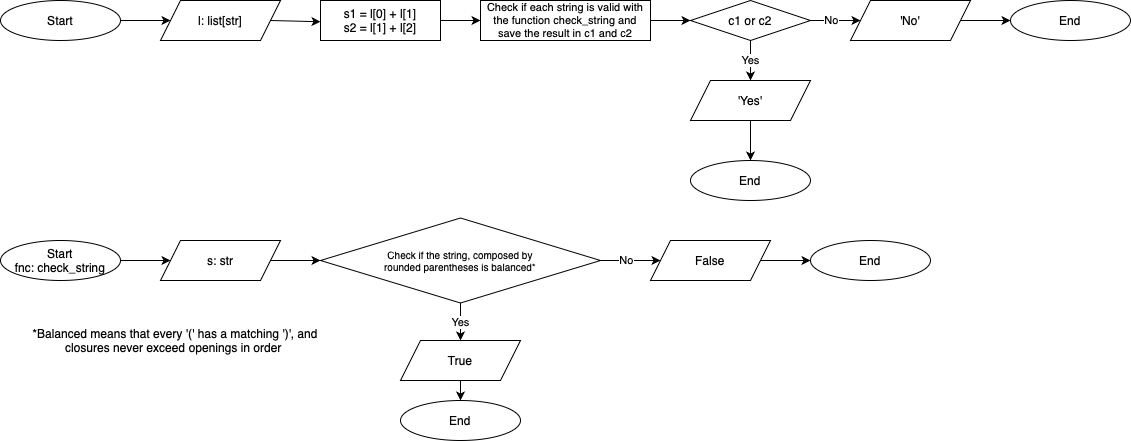
Above: data/human_eval/p119/fc/l2.drawio.png in carlodenardin/svlm (draw.io), before the change. Source tidied: cells renumbered, new cells last; positions are measured from the earlier drawing's top-left corner, leaving out a move shared by most shapes.
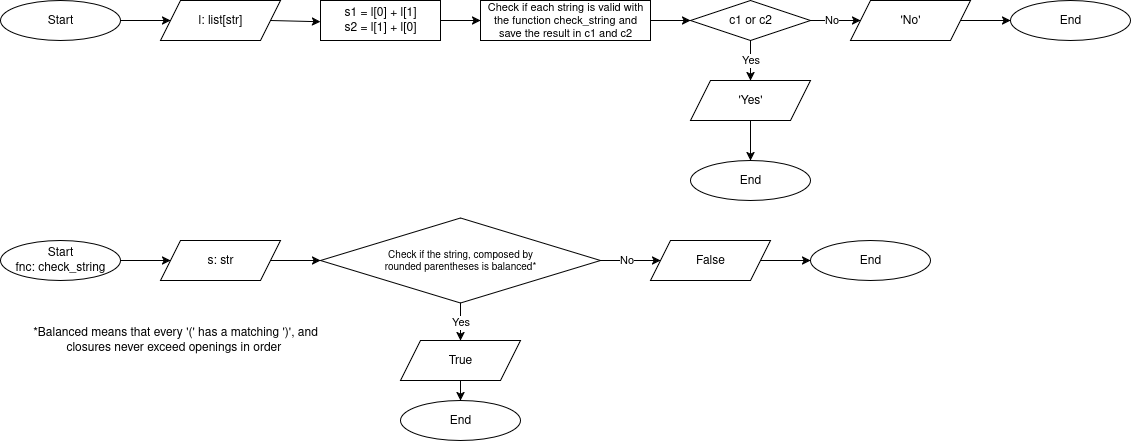
Above is the later version.

The edit, as a diff of the source:
```diff
@@ -2,11 +2,16 @@
   <root>
     <mxCell id="0" />
     <mxCell id="1" parent="0" />
-    <mxCell id="2" style="edgeStyle=orthogonalEdgeStyle;rounded=0;jettySize=auto;html=1;" parent="1" edge="1" source="x">
-      <mxGeometry relative="1" as="geometry">
-        <mxPoint x="360" as="targetPoint" />
-      </mxGeometry>
-    </mxCell>
+    <mxCell id="36" style="edgeStyle=orthogonalEdgeStyle;rounded=0;orthogonalLoop=1;jettySize=auto;html=1;" parent="1" edge="1">
+      <mxGeometry relative="1" as="geometry">
+        <mxPoint x="360" as="targetPoint" />
+      </mxGeometry>
+    </mxCell>
+    <mxCell id="37" style="edgeStyle=orthogonalEdgeStyle;rounded=0;orthogonalLoop=1;jettySize=auto;html=1;" parent="1" edge="1">
+      <mxGeometry relative="1" as="geometry">
+        <mxPoint x="360" as="targetPoint" />
+      </mxGeometry>
+    </mxCell>
     <mxCell id="3" value="Start" style="ellipse;whiteSpace=wrap;html=1;" parent="1" vertex="1">
       <mxGeometry y="90" width="120" height="40" as="geometry" />
     </mxCell>
@@ -28,19 +33,19 @@
     <mxCell id="9" style="endArrow=classic;html=1;rounded=0;exitX=1;exitY=0.5;exitDx=0;exitDy=0;entryX=0;entryY=0.5;entryDx=0;entryDy=0;" parent="1" edge="1" source="3" target="4">
       <mxGeometry relative="1" as="geometry" />
     </mxCell>
-    <mxCell id="10" style="endArrow=classic;html=1;rounded=0;exitX=1;exitY=0.5;exitDx=0;exitDy=0;entryX=0;entryY=0.5;entryDx=0;entryDy=0;" parent="1" edge="1" source="4">
-      <mxGeometry relative="1" as="geometry">
-        <mxPoint x="320" y="111.2" as="targetPoint" />
-      </mxGeometry>
-    </mxCell>
+    <mxCell id="38" style="endArrow=classic;html=1;rounded=0;exitX=1;exitY=0.5;exitDx=0;exitDy=0;entryX=0;entryY=0.5;entryDx=0;entryDy=0;" parent="1" edge="1" source="4">
+      <mxGeometry relative="1" as="geometry">
+        <mxPoint x="320" y="111.2" as="targetPoint" />
+      </mxGeometry>
+    </mxCell>
     <mxCell id="11" style="endArrow=classic;html=1;rounded=0;exitX=1;exitY=0.5;exitDx=0;exitDy=0;entryX=0;entryY=0.5;entryDx=0;entryDy=0;" parent="1" edge="1" source="18" target="5">
       <mxGeometry relative="1" as="geometry" />
     </mxCell>
-    <mxCell id="12" value="No" style="edgeLabel;html=1;align=center;verticalAlign=middle;" parent="11" vertex="1">
-      <mxGeometry x="0.03" y="1" relative="1" as="geometry">
-        <mxPoint x="-6" as="offset" />
-      </mxGeometry>
-    </mxCell>
+    <mxCell id="39" value="No" style="edgeLabel;html=1;align=center;verticalAlign=middle;" parent="11" vertex="1">
+      <mxGeometry x="0.03" y="1" relative="1" as="geometry">
+        <mxPoint x="-6" as="offset" />
+      </mxGeometry>
+    </mxCell>
     <mxCell id="13" value="Yes" style="endArrow=classic;html=1;rounded=0;exitX=0.5;exitY=1;exitDx=0;exitDy=0;entryX=0.5;entryY=0;entryDx=0;entryDy=0;" parent="1" edge="1" source="18" target="7">
       <mxGeometry relative="1" as="geometry" />
     </mxCell>
@@ -53,22 +58,22 @@
     <mxCell id="16" value="Check if each string is valid with the function check_string and save the result in c1 and c2" style="rounded=0;whiteSpace=wrap;html=1;fontSize=11;" parent="1" vertex="1">
       <mxGeometry x="480" y="90" width="170" height="40" as="geometry" />
     </mxCell>
-    <mxCell id="17" value="s1 = l[0] + l[1]&lt;div&gt;s2 = l[1] + l[2]&lt;/div&gt;" style="rounded=0;whiteSpace=wrap;html=1;" parent="1" vertex="1">
-      <mxGeometry x="320" y="90" width="120" height="40" as="geometry" />
-    </mxCell>
+    <mxCell id="40" value="s1 = l[0] + l[1]&lt;div&gt;s2 = l[1] + l[0]&lt;/div&gt;" style="rounded=0;whiteSpace=wrap;html=1;" parent="1" vertex="1">
+      <mxGeometry x="320" y="90" width="120" height="40" as="geometry" />
+    </mxCell>
     <mxCell id="18" value="c1 or c2" style="rhombus;whiteSpace=wrap;html=1;" parent="1" vertex="1">
       <mxGeometry x="690" y="90" width="120" height="40" as="geometry" />
     </mxCell>
-    <mxCell id="19" style="endArrow=classic;html=1;rounded=0;entryX=0;entryY=0.5;entryDx=0;entryDy=0;exitX=1;exitY=0.5;exitDx=0;exitDy=0;" parent="1" edge="1" target="18">
-      <mxGeometry relative="1" as="geometry">
-        <mxPoint x="650" y="110" as="sourcePoint" />
-      </mxGeometry>
-    </mxCell>
-    <mxCell id="20" style="endArrow=classic;html=1;rounded=0;exitX=1;exitY=0.5;exitDx=0;exitDy=0;" parent="1" edge="1" source="17">
-      <mxGeometry relative="1" as="geometry">
-        <mxPoint x="480" y="110" as="targetPoint" />
-      </mxGeometry>
-    </mxCell>
+    <mxCell id="41" style="endArrow=classic;html=1;rounded=0;entryX=0;entryY=0.5;entryDx=0;entryDy=0;exitX=1;exitY=0.5;exitDx=0;exitDy=0;" parent="1" edge="1" target="18">
+      <mxGeometry relative="1" as="geometry">
+        <mxPoint x="650" y="110" as="sourcePoint" />
+      </mxGeometry>
+    </mxCell>
+    <mxCell id="42" style="endArrow=classic;html=1;rounded=0;exitX=1;exitY=0.5;exitDx=0;exitDy=0;" parent="1" edge="1" source="40">
+      <mxGeometry relative="1" as="geometry">
+        <mxPoint x="480" y="110" as="targetPoint" />
+      </mxGeometry>
+    </mxCell>
     <mxCell id="21" value="Start&lt;div&gt;fnc: check_string&lt;/div&gt;" style="ellipse;whiteSpace=wrap;html=1;" parent="1" vertex="1">
       <mxGeometry y="330" width="120" height="40" as="geometry" />
     </mxCell>
@@ -90,11 +95,11 @@
     <mxCell id="27" style="endArrow=classic;html=1;rounded=0;exitX=1;exitY=0.5;exitDx=0;exitDy=0;entryX=0;entryY=0.5;entryDx=0;entryDy=0;" parent="1" edge="1" source="32" target="23">
       <mxGeometry relative="1" as="geometry" />
     </mxCell>
-    <mxCell id="28" value="No" style="edgeLabel;html=1;align=center;verticalAlign=middle;" parent="27" vertex="1">
-      <mxGeometry x="0.03" y="1" relative="1" as="geometry">
-        <mxPoint x="-6" as="offset" />
-      </mxGeometry>
-    </mxCell>
+    <mxCell id="43" value="No" style="edgeLabel;html=1;align=center;verticalAlign=middle;" parent="27" vertex="1">
+      <mxGeometry x="0.03" y="1" relative="1" as="geometry">
+        <mxPoint x="-6" as="offset" />
+      </mxGeometry>
+    </mxCell>
     <mxCell id="29" value="Yes" style="endArrow=classic;html=1;rounded=0;exitX=0.5;exitY=1;exitDx=0;exitDy=0;entryX=0.5;entryY=0;entryDx=0;entryDy=0;" parent="1" edge="1" source="32" target="25">
       <mxGeometry relative="1" as="geometry" />
     </mxCell>
@@ -107,11 +112,11 @@
     <mxCell id="32" value="Check if the string, composed by&lt;div&gt;rounded parentheses is balanced*&lt;/div&gt;" style="rhombus;whiteSpace=wrap;html=1;fontSize=10;" parent="1" vertex="1">
       <mxGeometry x="320" y="307.5" width="280" height="85" as="geometry" />
     </mxCell>
-    <mxCell id="33" style="endArrow=classic;html=1;rounded=0;exitX=1;exitY=0.5;exitDx=0;exitDy=0;" parent="1" edge="1" source="22">
-      <mxGeometry relative="1" as="geometry">
-        <mxPoint x="320" y="350" as="targetPoint" />
-      </mxGeometry>
-    </mxCell>
+    <mxCell id="44" style="endArrow=classic;html=1;rounded=0;exitX=1;exitY=0.5;exitDx=0;exitDy=0;" parent="1" edge="1" source="22">
+      <mxGeometry relative="1" as="geometry">
+        <mxPoint x="320" y="350" as="targetPoint" />
+      </mxGeometry>
+    </mxCell>
     <mxCell id="34" style="endArrow=classic;html=1;rounded=0;exitX=1;exitY=0.5;exitDx=0;exitDy=0;entryX=0;entryY=0.5;entryDx=0;entryDy=0;" parent="1" edge="1" source="21" target="22">
       <mxGeometry relative="1" as="geometry" />
     </mxCell>
```
